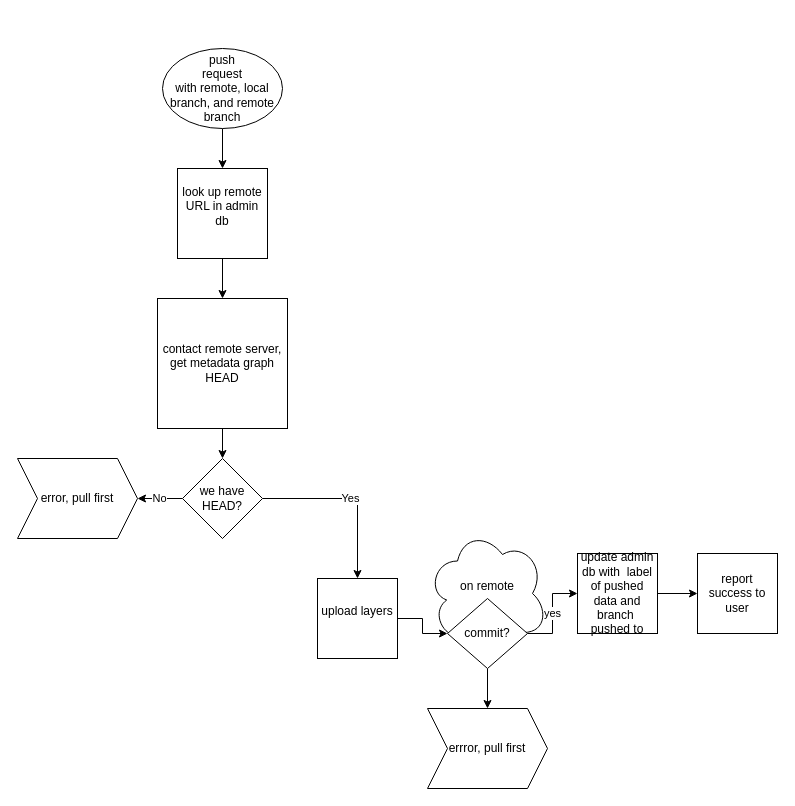
Above: docs/architectural-diagrams/push.drawio in terminusdb/terminusdb (draw.io), before the change. Source tidied: cells renumbered, new cells numbered last; positions are measured from the earlier drawing's top-left corner, leaving out a move shared by most shapes. Both pictures are drawn from the tidied source at 100%, with x=0, y=0 at pixel (17, 48).
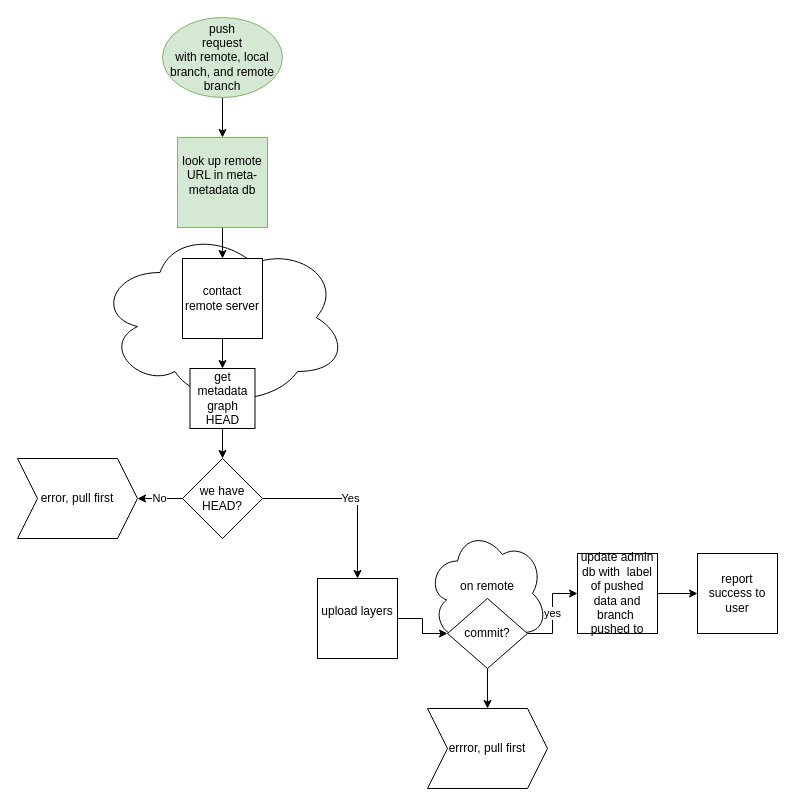
After the change.

Unchanged cells that the change refers to:
```xml
<mxCell id="12" value="we have HEAD?" style="rhombus;whiteSpace=wrap;html=1;" parent="1" vertex="1">
  <mxGeometry x="165" y="410" width="80" height="80" as="geometry" />
</mxCell>
```

What changed in the source:
```diff
@@
+    <mxCell id="22" style="ellipse;shape=cloud;whiteSpace=wrap;html=1;" parent="1" vertex="1">
+      <mxGeometry x="80" y="179" width="250" height="180" as="geometry" />
+    </mxCell>
@@
-    <mxCell id="3" value="&lt;div&gt;push &lt;br&gt;&lt;/div&gt;&lt;div&gt;request&lt;/div&gt;&lt;div&gt;with remote, local branch, and remote branch&lt;/div&gt;" style="ellipse;whiteSpace=wrap;html=1;" parent="1" vertex="1">
-      <mxGeometry x="145" width="120" height="80" as="geometry" />
+    <mxCell id="3" value="&lt;div&gt;push &lt;br&gt;&lt;/div&gt;&lt;div&gt;request&lt;/div&gt;&lt;div&gt;with remote, local branch, and remote branch&lt;/div&gt;" style="ellipse;whiteSpace=wrap;html=1;fillColor=#d5e8d4;strokeColor=#82b366;" parent="1" vertex="1">
+      <mxGeometry x="145" y="-31" width="120" height="80" as="geometry" />
     </mxCell>
@@
-    <mxCell id="5" value="&lt;div&gt;look up remote URL in admin db&lt;br&gt;&lt;/div&gt;&lt;div&gt;&lt;br&gt;&lt;/div&gt;" style="whiteSpace=wrap;html=1;" parent="1" vertex="1">
-      <mxGeometry x="160" y="120" width="90" height="90" as="geometry" />
+    <mxCell id="5" value="&lt;div&gt;look up remote URL in meta-metadata db&lt;br&gt;&lt;/div&gt;&lt;div&gt;&lt;br&gt;&lt;/div&gt;" style="whiteSpace=wrap;html=1;fillColor=#d5e8d4;strokeColor=#82b366;" parent="1" vertex="1">
+      <mxGeometry x="160" y="89" width="90" height="90" as="geometry" />
     </mxCell>
-    <mxCell id="6" style="edgeStyle=orthogonalEdgeStyle;rounded=0;jettySize=auto;html=1;" parent="1" edge="1" source="7" target="12">
+    <mxCell id="6" style="edgeStyle=orthogonalEdgeStyle;rounded=0;jettySize=auto;html=1;" parent="1" edge="1" source="23" target="12">
       <mxGeometry relative="1" as="geometry" />
     </mxCell>
-    <mxCell id="7" value="contact remote server, get metadata graph HEAD" style="whiteSpace=wrap;html=1;" parent="1" vertex="1">
-      <mxGeometry x="140" y="250" width="130" height="130" as="geometry" />
+    <mxCell id="7" value="contact remote server" style="whiteSpace=wrap;html=1;" parent="1" vertex="1">
+      <mxGeometry x="165" y="210" width="80" height="80" as="geometry" />
     </mxCell>
@@
+    <mxCell id="23" value="&lt;span style=&quot;white-space: normal&quot;&gt;get metadata graph HEAD&lt;/span&gt;" style="rounded=0;whiteSpace=wrap;html=1;" parent="1" vertex="1">
+      <mxGeometry x="172.5" y="320" width="65" height="60" as="geometry" />
+    </mxCell>
+    <mxCell id="24" style="edgeStyle=orthogonalEdgeStyle;rounded=0;jettySize=auto;html=1;" parent="1" edge="1" source="7" target="23">
+      <mxGeometry relative="1" as="geometry" />
+    </mxCell>
```
